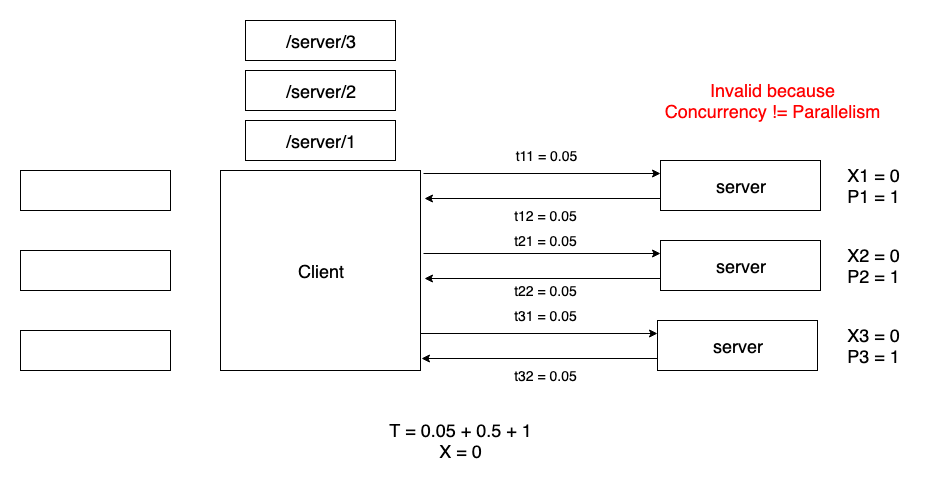
Above: decks/grequests-https-talk/images/python-grequests-flow-invalid-2.png in saurabh-hirani/slides (draw.io), before the change. Source tidied: cells renumbered, new cells last; positions are measured from the earlier drawing's top-left corner, leaving out a move shared by most shapes. Its diagram source:
```xml
<mxGraphModel>
  <root>
    <mxCell id="0" />
    <mxCell id="1" parent="0" />
    <mxCell id="2" style="rounded=0;whiteSpace=wrap;html=1;" parent="1" vertex="1">
      <mxGeometry y="150" width="150" height="40" as="geometry" />
    </mxCell>
    <mxCell id="3" style="rounded=0;whiteSpace=wrap;html=1;" parent="1" vertex="1">
      <mxGeometry y="230" width="150" height="40" as="geometry" />
    </mxCell>
    <mxCell id="4" style="rounded=0;whiteSpace=wrap;html=1;" parent="1" vertex="1">
      <mxGeometry y="310" width="150" height="40" as="geometry" />
    </mxCell>
    <mxCell id="5" value="&lt;font style=&quot;font-size: 18px&quot;&gt;Client&lt;/font&gt;" style="whiteSpace=wrap;html=1;" parent="1" vertex="1">
      <mxGeometry x="200" y="150" width="200" height="200" as="geometry" />
    </mxCell>
    <mxCell id="6" style="edgeStyle=orthogonalEdgeStyle;rounded=0;jettySize=auto;html=1;exitX=1.015;exitY=0.015;exitDx=0;exitDy=0;entryX=0;entryY=0.25;entryDx=0;entryDy=0;exitPerimeter=0;" parent="1" edge="1" source="5" target="8">
      <mxGeometry relative="1" as="geometry" />
    </mxCell>
    <mxCell id="7" style="edgeStyle=orthogonalEdgeStyle;rounded=0;jettySize=auto;html=1;exitX=0;exitY=0.75;exitDx=0;exitDy=0;entryX=1.02;entryY=0.14;entryDx=0;entryDy=0;entryPerimeter=0;" parent="1" edge="1" source="8" target="5">
      <mxGeometry relative="1" as="geometry" />
    </mxCell>
    <mxCell id="8" value="&lt;span style=&quot;white-space: normal&quot;&gt;&lt;font style=&quot;font-size: 18px&quot;&gt;server&lt;br&gt;&lt;/font&gt;&lt;/span&gt;" style="rounded=0;whiteSpace=wrap;html=1;" parent="1" vertex="1">
      <mxGeometry x="640" y="140" width="160" height="50" as="geometry" />
    </mxCell>
    <object id="9" label="&lt;font style=&quot;font-size: 18px&quot;&gt;T = 0.05 + 0.5 + 1&lt;br&gt;X = 0&lt;br&gt;&lt;/font&gt;" name="Variable" placeholders="1">
      <mxCell style="text;html=1;strokeColor=none;fillColor=none;align=center;verticalAlign=middle;whiteSpace=wrap;overflow=hidden;" parent="1" vertex="1">
        <mxGeometry y="390" width="880" height="60" as="geometry" />
      </mxCell>
    </object>
    <mxCell id="10" style="edgeStyle=orthogonalEdgeStyle;rounded=0;jettySize=auto;html=1;exitX=1.015;exitY=0.015;exitDx=0;exitDy=0;entryX=0;entryY=0.25;entryDx=0;entryDy=0;exitPerimeter=0;" parent="1" edge="1" target="12">
      <mxGeometry relative="1" as="geometry">
        <mxPoint x="403" y="233" as="sourcePoint" />
      </mxGeometry>
    </mxCell>
    <mxCell id="11" style="edgeStyle=orthogonalEdgeStyle;rounded=0;jettySize=auto;html=1;exitX=0;exitY=0.75;exitDx=0;exitDy=0;entryX=1.02;entryY=0.14;entryDx=0;entryDy=0;entryPerimeter=0;" parent="1" edge="1" source="12">
      <mxGeometry relative="1" as="geometry">
        <mxPoint x="404" y="258" as="targetPoint" />
      </mxGeometry>
    </mxCell>
    <mxCell id="12" value="&lt;span style=&quot;white-space: normal&quot;&gt;&lt;font style=&quot;font-size: 18px&quot;&gt;server&lt;br&gt;&lt;/font&gt;&lt;/span&gt;" style="rounded=0;whiteSpace=wrap;html=1;" parent="1" vertex="1">
      <mxGeometry x="640" y="220" width="160" height="50" as="geometry" />
    </mxCell>
    <mxCell id="13" style="edgeStyle=orthogonalEdgeStyle;rounded=0;jettySize=auto;html=1;exitX=1.015;exitY=0.015;exitDx=0;exitDy=0;entryX=0;entryY=0.25;entryDx=0;entryDy=0;exitPerimeter=0;" parent="1" edge="1" target="15">
      <mxGeometry relative="1" as="geometry">
        <mxPoint x="400" y="313" as="sourcePoint" />
      </mxGeometry>
    </mxCell>
    <mxCell id="14" style="edgeStyle=orthogonalEdgeStyle;rounded=0;jettySize=auto;html=1;exitX=0;exitY=0.75;exitDx=0;exitDy=0;entryX=1.02;entryY=0.14;entryDx=0;entryDy=0;entryPerimeter=0;" parent="1" edge="1" source="15">
      <mxGeometry relative="1" as="geometry">
        <mxPoint x="401" y="338" as="targetPoint" />
      </mxGeometry>
    </mxCell>
    <mxCell id="15" value="&lt;span style=&quot;white-space: normal&quot;&gt;&lt;font style=&quot;font-size: 18px&quot;&gt;server&lt;br&gt;&lt;/font&gt;&lt;/span&gt;" style="rounded=0;whiteSpace=wrap;html=1;" parent="1" vertex="1">
      <mxGeometry x="637" y="300" width="160" height="50" as="geometry" />
    </mxCell>
    <mxCell id="16" value="&lt;span style=&quot;font-size: 18px ; white-space: normal&quot;&gt;/server/1&lt;/span&gt;" style="rounded=0;whiteSpace=wrap;html=1;" parent="1" vertex="1">
      <mxGeometry x="225" y="100" width="150" height="40" as="geometry" />
    </mxCell>
    <mxCell id="17" value="&lt;span style=&quot;font-size: 18px ; white-space: normal&quot;&gt;/server/2&lt;/span&gt;" style="rounded=0;whiteSpace=wrap;html=1;" parent="1" vertex="1">
      <mxGeometry x="225" y="50" width="150" height="40" as="geometry" />
    </mxCell>
    <mxCell id="18" value="&lt;span style=&quot;font-size: 18px ; white-space: normal&quot;&gt;/server/3&lt;/span&gt;" style="rounded=0;whiteSpace=wrap;html=1;" parent="1" vertex="1">
      <mxGeometry x="225" width="150" height="40" as="geometry" />
    </mxCell>
    <object id="19" label="&lt;font style=&quot;font-size: 14px&quot;&gt;t11 = 0.05&lt;/font&gt;" name="Variable" placeholders="1">
      <mxCell style="text;html=1;strokeColor=none;fillColor=none;align=center;verticalAlign=middle;whiteSpace=wrap;overflow=hidden;" parent="1" vertex="1">
        <mxGeometry x="480" y="120" width="90" height="30" as="geometry" />
      </mxCell>
    </object>
    <object id="20" label="&lt;font style=&quot;font-size: 14px&quot;&gt;t12 = 0.05&lt;/font&gt;" name="Variable" placeholders="1">
      <mxCell style="text;html=1;strokeColor=none;fillColor=none;align=center;verticalAlign=middle;whiteSpace=wrap;overflow=hidden;" parent="1" vertex="1">
        <mxGeometry x="480" y="180" width="90" height="30" as="geometry" />
      </mxCell>
    </object>
    <object id="21" label="&lt;font style=&quot;font-size: 14px&quot;&gt;t21 = 0.05&lt;/font&gt;" name="Variable" placeholders="1">
      <mxCell style="text;html=1;strokeColor=none;fillColor=none;align=center;verticalAlign=middle;whiteSpace=wrap;overflow=hidden;" parent="1" vertex="1">
        <mxGeometry x="480" y="205" width="90" height="30" as="geometry" />
      </mxCell>
    </object>
    <object id="22" label="&lt;font style=&quot;font-size: 14px&quot;&gt;t22 = 0.05&lt;/font&gt;" name="Variable" placeholders="1">
      <mxCell style="text;html=1;strokeColor=none;fillColor=none;align=center;verticalAlign=middle;whiteSpace=wrap;overflow=hidden;" parent="1" vertex="1">
        <mxGeometry x="480" y="255" width="90" height="30" as="geometry" />
      </mxCell>
    </object>
    <object id="23" label="&lt;font style=&quot;font-size: 14px&quot;&gt;t31 = 0.05&lt;/font&gt;" name="Variable" placeholders="1">
      <mxCell style="text;html=1;strokeColor=none;fillColor=none;align=center;verticalAlign=middle;whiteSpace=wrap;overflow=hidden;" parent="1" vertex="1">
        <mxGeometry x="480" y="280" width="90" height="30" as="geometry" />
      </mxCell>
    </object>
    <object id="24" label="&lt;font style=&quot;font-size: 14px&quot;&gt;t32 = 0.05&lt;/font&gt;" name="Variable" placeholders="1">
      <mxCell style="text;html=1;strokeColor=none;fillColor=none;align=center;verticalAlign=middle;whiteSpace=wrap;overflow=hidden;" parent="1" vertex="1">
        <mxGeometry x="480" y="340" width="90" height="30" as="geometry" />
      </mxCell>
    </object>
    <object id="25" label="&lt;font style=&quot;font-size: 18px&quot;&gt;X1 = 0&lt;br&gt;P1 = 1&lt;/font&gt;" name="Variable" placeholders="1">
      <mxCell style="text;html=1;strokeColor=none;fillColor=none;align=center;verticalAlign=middle;whiteSpace=wrap;overflow=hidden;" parent="1" vertex="1">
        <mxGeometry x="806" y="140" width="94" height="50" as="geometry" />
      </mxCell>
    </object>
    <object id="26" label="&lt;font style=&quot;font-size: 18px&quot;&gt;X2 = 0&lt;br&gt;P2 = 1&lt;/font&gt;" name="Variable" placeholders="1">
      <mxCell style="text;html=1;strokeColor=none;fillColor=none;align=center;verticalAlign=middle;whiteSpace=wrap;overflow=hidden;" parent="1" vertex="1">
        <mxGeometry x="806" y="220" width="94" height="50" as="geometry" />
      </mxCell>
    </object>
    <object id="27" label="&lt;font style=&quot;font-size: 18px&quot;&gt;X3 = 0&lt;br&gt;P3 = 1&lt;/font&gt;" name="Variable" placeholders="1">
      <mxCell style="text;html=1;strokeColor=none;fillColor=none;align=center;verticalAlign=middle;whiteSpace=wrap;overflow=hidden;" parent="1" vertex="1">
        <mxGeometry x="806" y="300" width="94" height="50" as="geometry" />
      </mxCell>
    </object>
    <object id="28" label="&lt;font style=&quot;font-size: 18px&quot; color=&quot;#ff0000&quot;&gt;Invalid because Concurrency != Parallelism&lt;/font&gt;" name="Variable" placeholders="1">
      <mxCell style="text;html=1;strokeColor=none;fillColor=none;align=center;verticalAlign=middle;whiteSpace=wrap;overflow=hidden;" parent="1" vertex="1">
        <mxGeometry x="635" y="50" width="235" height="60" as="geometry" />
      </mxCell>
    </object>
  </root>
</mxGraphModel>
```
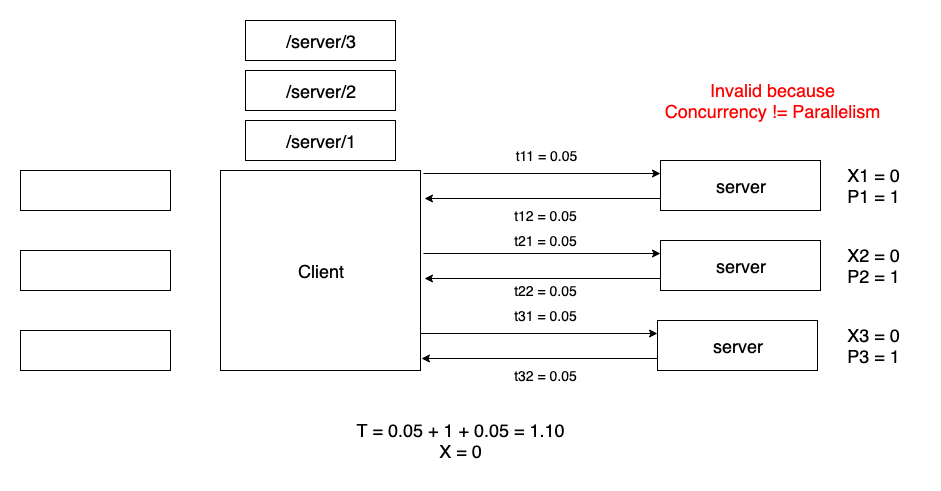
The same diagram one commit later.

What changed in the source:
```diff
@@ -23,7 +23,7 @@
     <mxCell id="8" value="&lt;span style=&quot;white-space: normal&quot;&gt;&lt;font style=&quot;font-size: 18px&quot;&gt;server&lt;br&gt;&lt;/font&gt;&lt;/span&gt;" style="rounded=0;whiteSpace=wrap;html=1;" parent="1" vertex="1">
       <mxGeometry x="640" y="140" width="160" height="50" as="geometry" />
     </mxCell>
-    <object id="9" label="&lt;font style=&quot;font-size: 18px&quot;&gt;T = 0.05 + 0.5 + 1&lt;br&gt;X = 0&lt;br&gt;&lt;/font&gt;" name="Variable" placeholders="1">
+    <object id="9" label="&lt;font style=&quot;font-size: 18px&quot;&gt;T = 0.05 + 1 + 0.05 = 1.10&lt;br&gt;X = 0&lt;br&gt;&lt;/font&gt;" name="Variable" placeholders="1">
       <mxCell style="text;html=1;strokeColor=none;fillColor=none;align=center;verticalAlign=middle;whiteSpace=wrap;overflow=hidden;" parent="1" vertex="1">
         <mxGeometry y="390" width="880" height="60" as="geometry" />
       </mxCell>
```
